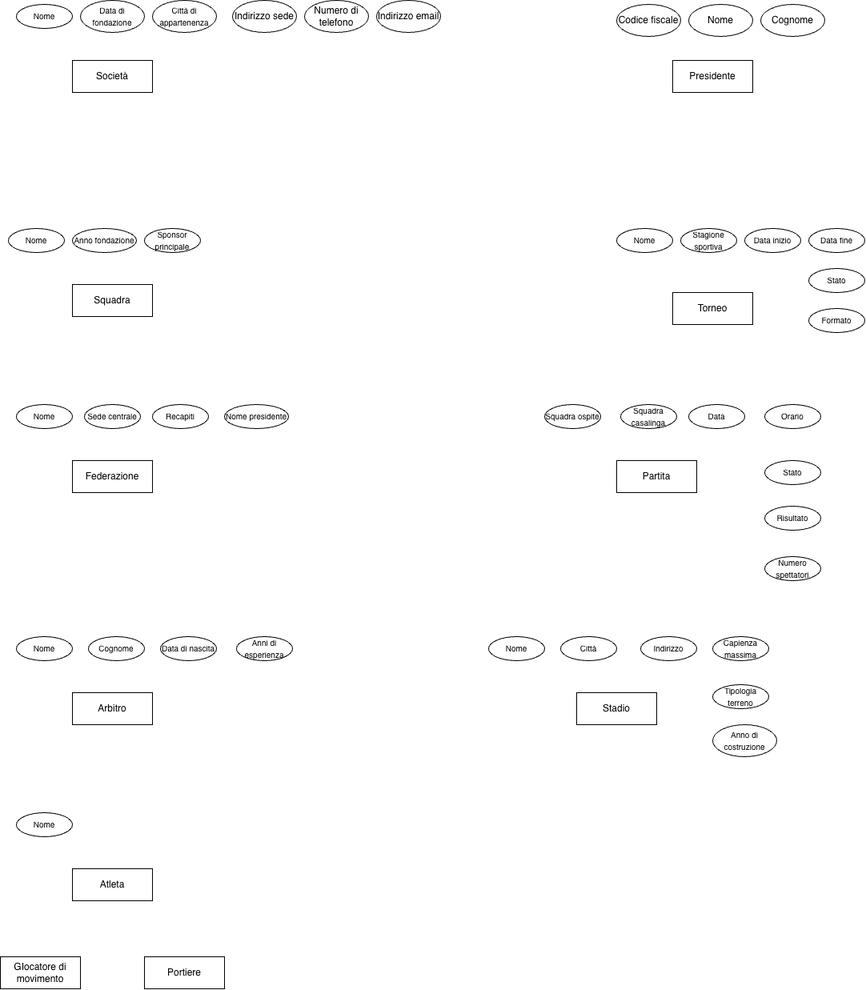
enry04/Progetto_DB_Visentin_Enrico keeps this draw.io diagram as Schema E-R.drawio.png. Above is the earlier version. Source tidied: cells renumbered, new cells last; positions are measured from the earlier drawing's top-left corner, leaving out a move shared by most shapes.
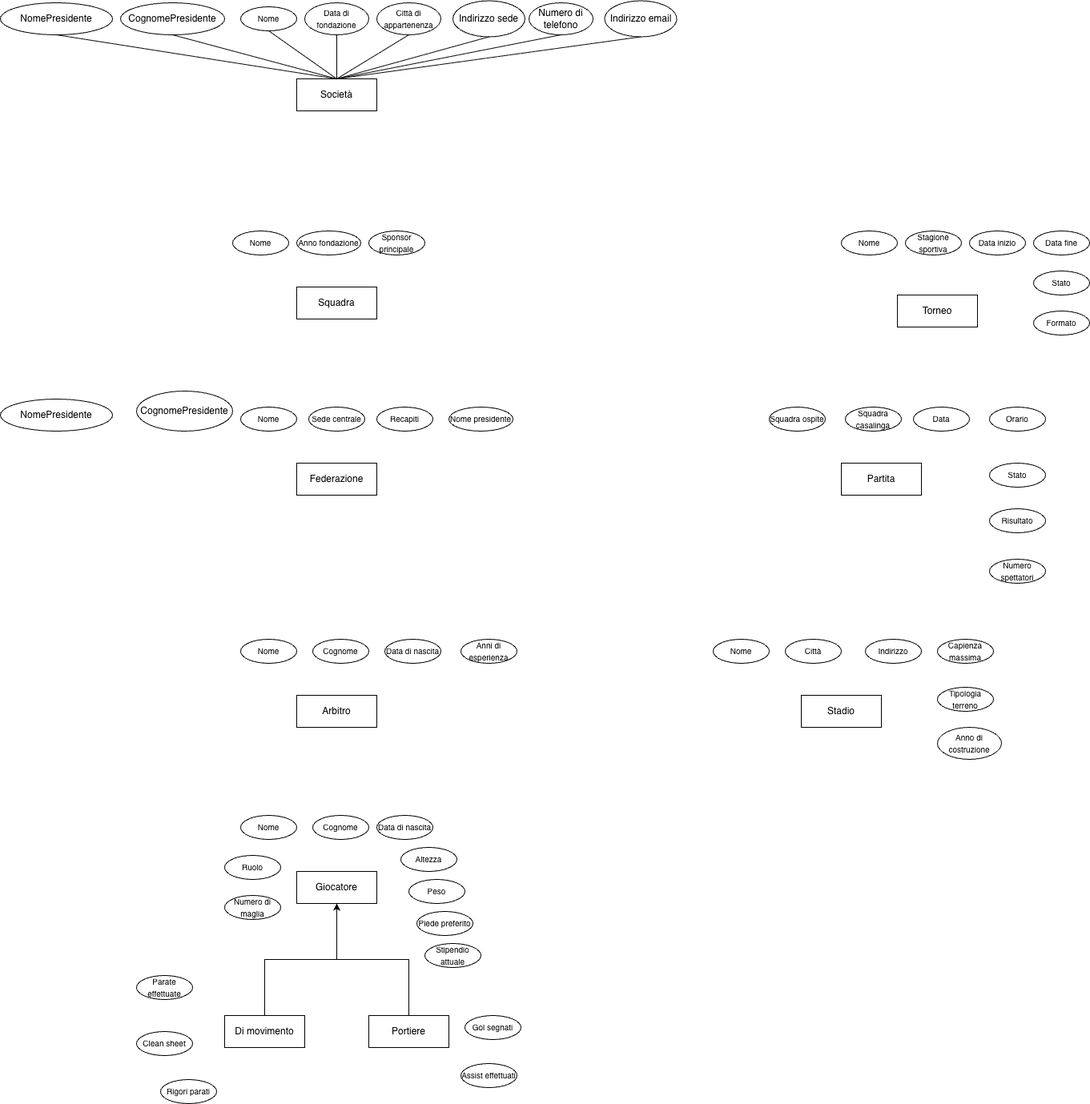
After the commit.

Diff of the diagram source:
```diff
@@ -3,7 +3,7 @@
     <mxCell id="0" />
     <mxCell id="1" parent="0" />
     <mxCell id="2" value="Società" style="whiteSpace=wrap;html=1;align=center;" parent="1" vertex="1">
-      <mxGeometry x="90" y="75" width="100" height="40" as="geometry" />
+      <mxGeometry x="90" y="95" width="100" height="40" as="geometry" />
     </mxCell>
     <mxCell id="3" value="&lt;font style=&quot;font-size: 10px;&quot;&gt;Nome&lt;/font&gt;" style="ellipse;whiteSpace=wrap;html=1;align=center;" parent="1" vertex="1">
       <mxGeometry x="20" y="5" width="70" height="30" as="geometry" />
@@ -15,25 +15,19 @@
       <mxGeometry x="190" width="80" height="40" as="geometry" />
     </mxCell>
     <mxCell id="6" value="Indirizzo sede" style="ellipse;whiteSpace=wrap;html=1;align=center;" parent="1" vertex="1">
-      <mxGeometry x="290" width="80" height="40" as="geometry" />
+      <mxGeometry x="285" y="-2.5" width="90" height="45" as="geometry" />
     </mxCell>
     <mxCell id="7" value="Numero di telefono" style="ellipse;whiteSpace=wrap;html=1;align=center;" parent="1" vertex="1">
       <mxGeometry x="380" width="80" height="40" as="geometry" />
     </mxCell>
     <mxCell id="8" value="Indirizzo email" style="ellipse;whiteSpace=wrap;html=1;align=center;" parent="1" vertex="1">
-      <mxGeometry x="470" width="80" height="40" as="geometry" />
+      <mxGeometry x="474.5" y="-2.5" width="90" height="45" as="geometry" />
     </mxCell>
-    <mxCell id="9" value="Presidente" style="whiteSpace=wrap;html=1;align=center;" parent="1" vertex="1">
-      <mxGeometry x="840" y="75" width="100" height="40" as="geometry" />
-    </mxCell>
-    <mxCell id="10" value="Codice fiscale" style="ellipse;whiteSpace=wrap;html=1;align=center;" parent="1" vertex="1">
-      <mxGeometry x="770" y="5" width="80" height="40" as="geometry" />
-    </mxCell>
-    <mxCell id="11" value="Nome" style="ellipse;whiteSpace=wrap;html=1;align=center;" parent="1" vertex="1">
-      <mxGeometry x="860" y="5" width="80" height="40" as="geometry" />
+    <mxCell id="11" value="NomePresidente" style="ellipse;whiteSpace=wrap;html=1;align=center;" parent="1" vertex="1">
+      <mxGeometry x="-280" width="140" height="40" as="geometry" />
     </mxCell>
-    <mxCell id="12" value="Cognome" style="ellipse;whiteSpace=wrap;html=1;align=center;" parent="1" vertex="1">
-      <mxGeometry x="950" y="5" width="80" height="40" as="geometry" />
+    <mxCell id="12" value="CognomePresidente" style="ellipse;whiteSpace=wrap;html=1;align=center;" parent="1" vertex="1">
+      <mxGeometry x="-130" width="130" height="40" as="geometry" />
     </mxCell>
     <mxCell id="13" value="Squadra" style="whiteSpace=wrap;html=1;align=center;" parent="1" vertex="1">
       <mxGeometry x="90" y="355" width="100" height="40" as="geometry" />
@@ -143,17 +137,92 @@
     <mxCell id="48" value="&lt;font style=&quot;font-size: 10px;&quot;&gt;Anno di costruzione&lt;/font&gt;" style="ellipse;whiteSpace=wrap;html=1;align=center;" parent="1" vertex="1">
       <mxGeometry x="890" y="905" width="80" height="40" as="geometry" />
     </mxCell>
-    <mxCell id="49" value="Atleta" style="whiteSpace=wrap;html=1;align=center;" parent="1" vertex="1">
+    <mxCell id="49" value="Giocatore" style="whiteSpace=wrap;html=1;align=center;" parent="1" vertex="1">
       <mxGeometry x="90" y="1085" width="100" height="40" as="geometry" />
     </mxCell>
+    <mxCell id="53" style="edgeStyle=orthogonalEdgeStyle;rounded=0;jettySize=auto;html=1;entryX=0.5;entryY=1;entryDx=0;entryDy=0;" parent="1" edge="1" source="50" target="49">
+      <mxGeometry relative="1" as="geometry" />
+    </mxCell>
-    <mxCell id="50" value="GIocatore di movimento" style="whiteSpace=wrap;html=1;align=center;" parent="1" vertex="1">
-      <mxGeometry y="1195" width="100" height="40" as="geometry" />
+    <mxCell id="50" value="Di movimento" style="whiteSpace=wrap;html=1;align=center;" parent="1" vertex="1">
+      <mxGeometry y="1265" width="100" height="40" as="geometry" />
     </mxCell>
+    <mxCell id="54" style="edgeStyle=orthogonalEdgeStyle;rounded=0;jettySize=auto;html=1;entryX=0.5;entryY=1;entryDx=0;entryDy=0;" parent="1" edge="1" source="51" target="49">
+      <mxGeometry relative="1" as="geometry" />
+    </mxCell>
     <mxCell id="51" value="Portiere" style="whiteSpace=wrap;html=1;align=center;" parent="1" vertex="1">
-      <mxGeometry x="180" y="1195" width="100" height="40" as="geometry" />
+      <mxGeometry x="180" y="1265" width="100" height="40" as="geometry" />
     </mxCell>
     <mxCell id="52" value="&lt;font style=&quot;font-size: 10px;&quot;&gt;Nome&lt;/font&gt;" style="ellipse;whiteSpace=wrap;html=1;align=center;" parent="1" vertex="1">
       <mxGeometry x="20" y="1015" width="70" height="30" as="geometry" />
     </mxCell>
+    <mxCell id="55" value="&lt;font style=&quot;font-size: 10px;&quot;&gt;Cognome&lt;/font&gt;" style="ellipse;whiteSpace=wrap;html=1;align=center;" parent="1" vertex="1">
+      <mxGeometry x="110" y="1015" width="70" height="30" as="geometry" />
+    </mxCell>
+    <mxCell id="56" value="&lt;font style=&quot;font-size: 10px;&quot;&gt;Data di nascita&lt;/font&gt;" style="ellipse;whiteSpace=wrap;html=1;align=center;" parent="1" vertex="1">
+      <mxGeometry x="190" y="1015" width="70" height="30" as="geometry" />
+    </mxCell>
+    <mxCell id="57" value="&lt;font style=&quot;font-size: 10px;&quot;&gt;Altezza&lt;/font&gt;" style="ellipse;whiteSpace=wrap;html=1;align=center;" parent="1" vertex="1">
+      <mxGeometry x="220" y="1055" width="70" height="30" as="geometry" />
+    </mxCell>
+    <mxCell id="58" value="&lt;font style=&quot;font-size: 10px;&quot;&gt;Peso&lt;/font&gt;" style="ellipse;whiteSpace=wrap;html=1;align=center;" parent="1" vertex="1">
+      <mxGeometry x="230" y="1095" width="70" height="30" as="geometry" />
+    </mxCell>
+    <mxCell id="59" value="&lt;font style=&quot;font-size: 10px;&quot;&gt;Ruolo&lt;/font&gt;" style="ellipse;whiteSpace=wrap;html=1;align=center;" parent="1" vertex="1">
+      <mxGeometry y="1065" width="70" height="30" as="geometry" />
+    </mxCell>
+    <mxCell id="60" value="&lt;font style=&quot;font-size: 10px;&quot;&gt;Numero di maglia&lt;/font&gt;" style="ellipse;whiteSpace=wrap;html=1;align=center;" parent="1" vertex="1">
+      <mxGeometry y="1115" width="70" height="30" as="geometry" />
+    </mxCell>
+    <mxCell id="61" value="&lt;font style=&quot;font-size: 10px;&quot;&gt;Piede preferito&lt;/font&gt;" style="ellipse;whiteSpace=wrap;html=1;align=center;" parent="1" vertex="1">
+      <mxGeometry x="240" y="1135" width="70" height="30" as="geometry" />
+    </mxCell>
+    <mxCell id="62" value="&lt;font style=&quot;font-size: 10px;&quot;&gt;Stipendio attuale&lt;/font&gt;" style="ellipse;whiteSpace=wrap;html=1;align=center;" parent="1" vertex="1">
+      <mxGeometry x="250" y="1175" width="70" height="30" as="geometry" />
+    </mxCell>
+    <mxCell id="63" value="&lt;span style=&quot;font-size: 10px;&quot;&gt;Parate effettuate&lt;/span&gt;" style="ellipse;whiteSpace=wrap;html=1;align=center;" parent="1" vertex="1">
+      <mxGeometry x="-110" y="1215" width="70" height="30" as="geometry" />
+    </mxCell>
+    <mxCell id="64" value="&lt;span style=&quot;font-size: 10px;&quot;&gt;Clean sheet&lt;/span&gt;" style="ellipse;whiteSpace=wrap;html=1;align=center;" parent="1" vertex="1">
+      <mxGeometry x="-110" y="1285" width="70" height="30" as="geometry" />
+    </mxCell>
+    <mxCell id="65" value="&lt;span style=&quot;font-size: 10px;&quot;&gt;Rigori parati&lt;/span&gt;" style="ellipse;whiteSpace=wrap;html=1;align=center;" parent="1" vertex="1">
+      <mxGeometry x="-80" y="1345" width="70" height="30" as="geometry" />
+    </mxCell>
+    <mxCell id="66" value="&lt;span style=&quot;font-size: 10px;&quot;&gt;Gol segnati&lt;/span&gt;" style="ellipse;whiteSpace=wrap;html=1;align=center;" parent="1" vertex="1">
+      <mxGeometry x="300" y="1265" width="70" height="30" as="geometry" />
+    </mxCell>
+    <mxCell id="67" value="&lt;span style=&quot;font-size: 10px;&quot;&gt;Assist effettuati&lt;/span&gt;" style="ellipse;whiteSpace=wrap;html=1;align=center;" parent="1" vertex="1">
+      <mxGeometry x="295" y="1325" width="70" height="30" as="geometry" />
+    </mxCell>
+    <mxCell id="68" value="NomePresidente" style="ellipse;whiteSpace=wrap;html=1;align=center;" parent="1" vertex="1">
+      <mxGeometry x="-280" y="495" width="140" height="40" as="geometry" />
+    </mxCell>
+    <mxCell id="69" value="CognomePresidente" style="ellipse;whiteSpace=wrap;html=1;align=center;" parent="1" vertex="1">
+      <mxGeometry x="-110" y="485" width="120" height="50" as="geometry" />
+    </mxCell>
+    <mxCell id="70" style="endArrow=none;html=1;rounded=0;exitX=0.5;exitY=1;exitDx=0;exitDy=0;entryX=0.5;entryY=0;entryDx=0;entryDy=0;" parent="1" edge="1" source="11" target="2">
+      <mxGeometry relative="1" as="geometry" />
+    </mxCell>
+    <mxCell id="71" style="endArrow=none;html=1;rounded=0;exitX=0.5;exitY=1;exitDx=0;exitDy=0;entryX=0.5;entryY=0;entryDx=0;entryDy=0;" parent="1" edge="1" source="12" target="2">
+      <mxGeometry relative="1" as="geometry" />
+    </mxCell>
+    <mxCell id="72" style="endArrow=none;html=1;rounded=0;exitX=0.5;exitY=1;exitDx=0;exitDy=0;entryX=0.5;entryY=0;entryDx=0;entryDy=0;" parent="1" edge="1" source="3" target="2">
+      <mxGeometry relative="1" as="geometry" />
+    </mxCell>
+    <mxCell id="73" style="endArrow=none;html=1;rounded=0;exitX=0.5;exitY=1;exitDx=0;exitDy=0;entryX=0.5;entryY=0;entryDx=0;entryDy=0;" parent="1" edge="1" source="4" target="2">
+      <mxGeometry relative="1" as="geometry" />
+    </mxCell>
+    <mxCell id="74" style="endArrow=none;html=1;rounded=0;exitX=0.5;exitY=1;exitDx=0;exitDy=0;entryX=0.5;entryY=0;entryDx=0;entryDy=0;" parent="1" edge="1" source="5" target="2">
+      <mxGeometry relative="1" as="geometry" />
+    </mxCell>
+    <mxCell id="75" style="endArrow=none;html=1;rounded=0;exitX=0.5;exitY=1;exitDx=0;exitDy=0;entryX=0.5;entryY=0;entryDx=0;entryDy=0;" parent="1" edge="1" source="6" target="2">
+      <mxGeometry relative="1" as="geometry" />
+    </mxCell>
+    <mxCell id="76" style="endArrow=none;html=1;rounded=0;exitX=0.5;exitY=1;exitDx=0;exitDy=0;entryX=0.5;entryY=0;entryDx=0;entryDy=0;" parent="1" edge="1" source="7" target="2">
+      <mxGeometry relative="1" as="geometry" />
+    </mxCell>
+    <mxCell id="77" style="endArrow=none;html=1;rounded=0;exitX=0.5;exitY=1;exitDx=0;exitDy=0;entryX=0.5;entryY=0;entryDx=0;entryDy=0;" parent="1" edge="1" source="8" target="2">
+      <mxGeometry relative="1" as="geometry" />
+    </mxCell>
   </root>
 </mxGraphModel>
```
